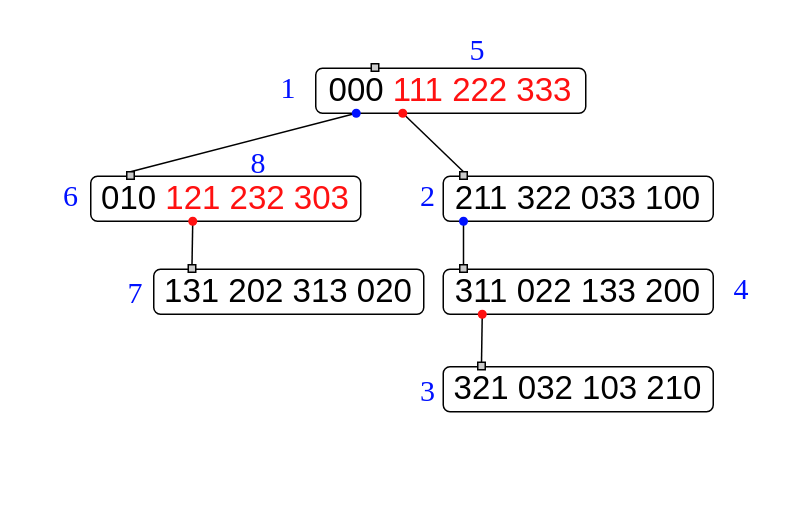
Earlier version of the draw.io diagram Trees/CCRtrees/4k/CCR1/4kCCR1.3.drawio (Al-ttaeeA/research). Source tidied: cells renumbered, new cells numbered last; positions are measured from the earlier drawing's top-left corner, leaving out a move shared by most shapes. Both pictures are drawn from the tidied source at 150%, with x=0, y=0 at pixel (26, 26).
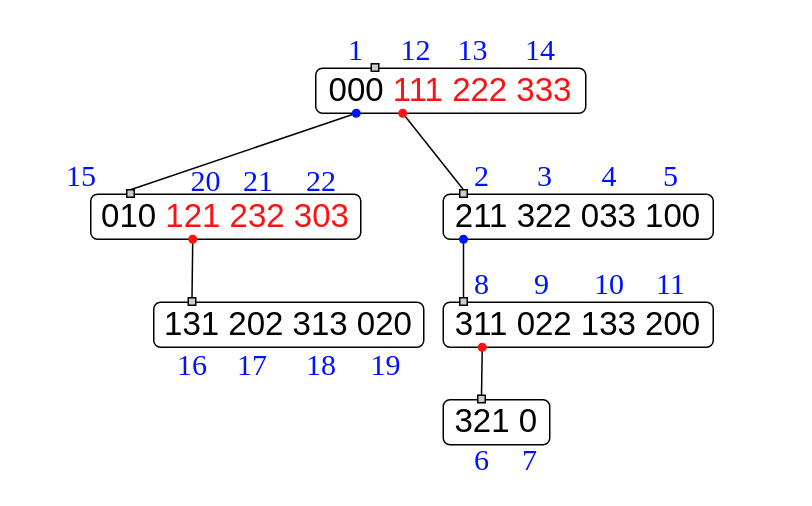
After the change.

Change to the diagram source:
```diff
@@
     <mxCell id="8" value="&lt;font style=&quot;font-size: 22px;&quot;&gt;010 &lt;font style=&quot;color: rgb(255, 17, 17);&quot;&gt;121 232 303&lt;/font&gt;&lt;/font&gt;" style="rounded=1;whiteSpace=wrap;html=1;" parent="1" vertex="1">
-      <mxGeometry x="43" y="100" width="180" height="30" as="geometry" />
+      <mxGeometry x="43" y="112" width="180" height="30" as="geometry" />
     </mxCell>
     <mxCell id="9" value="&lt;font style=&quot;font-size: 22px;&quot;&gt;211 322 033 100&lt;/font&gt;" style="rounded=1;whiteSpace=wrap;html=1;" parent="1" vertex="1">
-      <mxGeometry x="278" y="100" width="180" height="30" as="geometry" />
+      <mxGeometry x="278" y="112" width="180" height="30" as="geometry" />
     </mxCell>
     <mxCell id="10" value="&lt;font style=&quot;font-size: 22px;&quot;&gt;311 022 133 200&lt;/font&gt;" style="rounded=1;whiteSpace=wrap;html=1;" parent="1" vertex="1">
-      <mxGeometry x="278" y="162" width="180" height="30" as="geometry" />
+      <mxGeometry x="278" y="184" width="180" height="30" as="geometry" />
     </mxCell>
-    <mxCell id="11" value="&lt;font style=&quot;font-size: 22px;&quot;&gt;321 032 103 210&lt;/font&gt;" style="rounded=1;whiteSpace=wrap;html=1;" parent="1" vertex="1">
-      <mxGeometry x="278" y="227" width="180" height="30" as="geometry" />
+    <mxCell id="11" value="&lt;font style=&quot;font-size: 22px;&quot;&gt;321 0&lt;/font&gt;" style="rounded=1;whiteSpace=wrap;html=1;" parent="1" vertex="1">
+      <mxGeometry x="278" y="249" width="71" height="30" as="geometry" />
     </mxCell>
     <mxCell id="12" value="&lt;font style=&quot;font-size: 22px;&quot;&gt;131 202 313 020&lt;/font&gt;" style="rounded=1;whiteSpace=wrap;html=1;" parent="1" vertex="1">
-      <mxGeometry x="85" y="162" width="180" height="30" as="geometry" />
+      <mxGeometry x="85" y="184" width="180" height="30" as="geometry" />
     </mxCell>
@@
     <mxCell id="15" value="&lt;font style=&quot;color: rgb(0, 17, 255); font-size: 20px;&quot; face=&quot;Times New Roman&quot;&gt;1&lt;/font&gt;" style="text;html=1;whiteSpace=wrap;strokeColor=none;fillColor=none;align=center;verticalAlign=middle;rounded=0;" parent="1" vertex="1">
-      <mxGeometry x="145" y="25" width="60" height="30" as="geometry" />
+      <mxGeometry x="190" width="60" height="30" as="geometry" />
     </mxCell>
@@
     <mxCell id="17" style="rounded=0;whiteSpace=wrap;html=1;fillColor=#CCCCCC;" parent="1" vertex="1">
-      <mxGeometry x="67" y="97" width="5" height="5" as="geometry" />
+      <mxGeometry x="67" y="109" width="5" height="5" as="geometry" />
     </mxCell>
     <mxCell id="18" style="rounded=0;whiteSpace=wrap;html=1;fillColor=#CCCCCC;" parent="1" vertex="1">
-      <mxGeometry x="289" y="97" width="5" height="5" as="geometry" />
+      <mxGeometry x="289" y="109" width="5" height="5" as="geometry" />
     </mxCell>
     <mxCell id="19" style="shape=waypoint;sketch=0;fillStyle=solid;size=6;points=[];fillColor=none;perimeter=centerPerimeter;snapToPoint=1;strokeColor=#0011FF;" parent="1" vertex="1">
-      <mxGeometry x="281.5" y="120" width="20" height="20" as="geometry" />
+      <mxGeometry x="281.5" y="132" width="20" height="20" as="geometry" />
     </mxCell>
     <mxCell id="20" style="rounded=0;whiteSpace=wrap;html=1;fillColor=#CCCCCC;" parent="1" vertex="1">
-      <mxGeometry x="301" y="224" width="5" height="5" as="geometry" />
+      <mxGeometry x="301" y="246" width="5" height="5" as="geometry" />
     </mxCell>
     <mxCell id="21" style="rounded=0;whiteSpace=wrap;html=1;fillColor=#CCCCCC;" parent="1" vertex="1">
-      <mxGeometry x="289" y="159" width="5" height="5" as="geometry" />
+      <mxGeometry x="289" y="181" width="5" height="5" as="geometry" />
     </mxCell>
     <mxCell id="22" style="shape=waypoint;sketch=0;fillStyle=solid;size=6;points=[];fillColor=none;perimeter=centerPerimeter;snapToPoint=1;strokeColor=#FF1111;" parent="1" vertex="1">
-      <mxGeometry x="294" y="182" width="20" height="20" as="geometry" />
+      <mxGeometry x="294" y="204" width="20" height="20" as="geometry" />
     </mxCell>
     <mxCell id="23" style="rounded=0;whiteSpace=wrap;html=1;fillColor=#CCCCCC;" parent="1" vertex="1">
-      <mxGeometry x="108" y="159" width="5" height="5" as="geometry" />
+      <mxGeometry x="108" y="181" width="5" height="5" as="geometry" />
     </mxCell>
     <mxCell id="24" style="shape=waypoint;sketch=0;fillStyle=solid;size=6;points=[];fillColor=none;perimeter=centerPerimeter;snapToPoint=1;strokeColor=#FF1111;" parent="1" vertex="1">
-      <mxGeometry x="101" y="120" width="20" height="20" as="geometry" />
+      <mxGeometry x="101" y="132" width="20" height="20" as="geometry" />
     </mxCell>
     <mxCell id="25" value="&lt;font style=&quot;color: rgb(0, 17, 255); font-size: 20px;&quot; face=&quot;Times New Roman&quot;&gt;2&lt;/font&gt;" style="text;html=1;whiteSpace=wrap;strokeColor=none;fillColor=none;align=center;verticalAlign=middle;rounded=0;" parent="1" vertex="1">
-      <mxGeometry x="238" y="97" width="60" height="30" as="geometry" />
+      <mxGeometry x="274" y="84" width="60" height="30" as="geometry" />
     </mxCell>
     <mxCell id="26" value="&lt;font style=&quot;color: rgb(0, 17, 255); font-size: 20px;&quot; face=&quot;Times New Roman&quot;&gt;3&lt;/font&gt;" style="text;html=1;whiteSpace=wrap;strokeColor=none;fillColor=none;align=center;verticalAlign=middle;rounded=0;" parent="1" vertex="1">
-      <mxGeometry x="238" y="227" width="60" height="30" as="geometry" />
+      <mxGeometry x="316" y="84" width="60" height="30" as="geometry" />
     </mxCell>
     <mxCell id="27" value="&lt;font style=&quot;color: rgb(0, 17, 255); font-size: 20px;&quot; face=&quot;Times New Roman&quot;&gt;4&lt;/font&gt;" style="text;html=1;whiteSpace=wrap;strokeColor=none;fillColor=none;align=center;verticalAlign=middle;rounded=0;" parent="1" vertex="1">
-      <mxGeometry x="447" y="159" width="60" height="30" as="geometry" />
+      <mxGeometry x="359" y="84" width="60" height="30" as="geometry" />
     </mxCell>
     <mxCell id="28" value="&lt;font style=&quot;color: rgb(0, 17, 255); font-size: 20px;&quot; face=&quot;Times New Roman&quot;&gt;5&lt;/font&gt;" style="text;html=1;whiteSpace=wrap;strokeColor=none;fillColor=none;align=center;verticalAlign=middle;rounded=0;" parent="1" vertex="1">
-      <mxGeometry x="271" width="60" height="30" as="geometry" />
+      <mxGeometry x="400" y="84" width="60" height="30" as="geometry" />
     </mxCell>
     <mxCell id="29" value="&lt;font style=&quot;color: rgb(0, 17, 255); font-size: 20px;&quot; face=&quot;Times New Roman&quot;&gt;6&lt;/font&gt;" style="text;html=1;whiteSpace=wrap;strokeColor=none;fillColor=none;align=center;verticalAlign=middle;rounded=0;" parent="1" vertex="1">
-      <mxGeometry y="97" width="60" height="30" as="geometry" />
+      <mxGeometry x="273.5" y="273" width="60" height="30" as="geometry" />
     </mxCell>
     <mxCell id="30" value="&lt;font style=&quot;color: rgb(0, 17, 255); font-size: 20px;&quot; face=&quot;Times New Roman&quot;&gt;7&lt;/font&gt;" style="text;html=1;whiteSpace=wrap;strokeColor=none;fillColor=none;align=center;verticalAlign=middle;rounded=0;" parent="1" vertex="1">
-      <mxGeometry x="43" y="162" width="60" height="30" as="geometry" />
+      <mxGeometry x="306" y="273" width="60" height="30" as="geometry" />
     </mxCell>
     <mxCell id="31" value="&lt;font style=&quot;color: rgb(0, 17, 255); font-size: 20px;&quot; face=&quot;Times New Roman&quot;&gt;8&lt;/font&gt;" style="text;html=1;whiteSpace=wrap;strokeColor=none;fillColor=none;align=center;verticalAlign=middle;rounded=0;" parent="1" vertex="1">
-      <mxGeometry x="125" y="75" width="60" height="30" as="geometry" />
+      <mxGeometry x="274" y="156" width="60" height="30" as="geometry" />
     </mxCell>
+    <mxCell id="32" value="&lt;font style=&quot;color: rgb(0, 17, 255); font-size: 20px;&quot; face=&quot;Times New Roman&quot;&gt;9&lt;/font&gt;" style="text;html=1;whiteSpace=wrap;strokeColor=none;fillColor=none;align=center;verticalAlign=middle;rounded=0;" parent="1" vertex="1">
+      <mxGeometry x="314" y="156" width="60" height="30" as="geometry" />
+    </mxCell>
+    <mxCell id="33" value="&lt;font style=&quot;color: rgb(0, 17, 255); font-size: 20px;&quot; face=&quot;Times New Roman&quot;&gt;10&lt;/font&gt;" style="text;html=1;whiteSpace=wrap;strokeColor=none;fillColor=none;align=center;verticalAlign=middle;rounded=0;" parent="1" vertex="1">
+      <mxGeometry x="359" y="156" width="60" height="30" as="geometry" />
+    </mxCell>
+    <mxCell id="34" value="&lt;font style=&quot;color: rgb(0, 17, 255); font-size: 20px;&quot; face=&quot;Times New Roman&quot;&gt;11&lt;/font&gt;" style="text;html=1;whiteSpace=wrap;strokeColor=none;fillColor=none;align=center;verticalAlign=middle;rounded=0;" parent="1" vertex="1">
+      <mxGeometry x="400" y="156" width="60" height="30" as="geometry" />
+    </mxCell>
+    <mxCell id="35" value="&lt;font style=&quot;color: rgb(0, 17, 255); font-size: 20px;&quot; face=&quot;Times New Roman&quot;&gt;12&lt;/font&gt;" style="text;html=1;whiteSpace=wrap;strokeColor=none;fillColor=none;align=center;verticalAlign=middle;rounded=0;" parent="1" vertex="1">
+      <mxGeometry x="230" width="60" height="30" as="geometry" />
+    </mxCell>
+    <mxCell id="36" value="&lt;font style=&quot;color: rgb(0, 17, 255); font-size: 20px;&quot; face=&quot;Times New Roman&quot;&gt;13&lt;/font&gt;" style="text;html=1;whiteSpace=wrap;strokeColor=none;fillColor=none;align=center;verticalAlign=middle;rounded=0;" parent="1" vertex="1">
+      <mxGeometry x="268" width="60" height="30" as="geometry" />
+    </mxCell>
+    <mxCell id="37" value="&lt;font style=&quot;color: rgb(0, 17, 255); font-size: 20px;&quot; face=&quot;Times New Roman&quot;&gt;14&lt;/font&gt;" style="text;html=1;whiteSpace=wrap;strokeColor=none;fillColor=none;align=center;verticalAlign=middle;rounded=0;" parent="1" vertex="1">
+      <mxGeometry x="313" width="60" height="30" as="geometry" />
+    </mxCell>
+    <mxCell id="38" value="&lt;font style=&quot;color: rgb(0, 17, 255); font-size: 20px;&quot; face=&quot;Times New Roman&quot;&gt;15&lt;/font&gt;" style="text;html=1;whiteSpace=wrap;strokeColor=none;fillColor=none;align=center;verticalAlign=middle;rounded=0;" parent="1" vertex="1">
+      <mxGeometry x="7" y="84" width="60" height="30" as="geometry" />
+    </mxCell>
+    <mxCell id="39" value="&lt;font style=&quot;color: rgb(0, 17, 255); font-size: 20px;&quot; face=&quot;Times New Roman&quot;&gt;16&lt;/font&gt;" style="text;html=1;whiteSpace=wrap;strokeColor=none;fillColor=none;align=center;verticalAlign=middle;rounded=0;" parent="1" vertex="1">
+      <mxGeometry x="80.5" y="210" width="60" height="30" as="geometry" />
+    </mxCell>
+    <mxCell id="40" value="&lt;font style=&quot;color: rgb(0, 17, 255); font-size: 20px;&quot; face=&quot;Times New Roman&quot;&gt;17&lt;/font&gt;" style="text;html=1;whiteSpace=wrap;strokeColor=none;fillColor=none;align=center;verticalAlign=middle;rounded=0;" parent="1" vertex="1">
+      <mxGeometry x="121" y="210" width="60" height="30" as="geometry" />
+    </mxCell>
+    <mxCell id="41" value="&lt;font style=&quot;color: rgb(0, 17, 255); font-size: 20px;&quot; face=&quot;Times New Roman&quot;&gt;18&lt;/font&gt;" style="text;html=1;whiteSpace=wrap;strokeColor=none;fillColor=none;align=center;verticalAlign=middle;rounded=0;" parent="1" vertex="1">
+      <mxGeometry x="167" y="210" width="60" height="30" as="geometry" />
+    </mxCell>
+    <mxCell id="42" value="&lt;font style=&quot;color: rgb(0, 17, 255); font-size: 20px;&quot; face=&quot;Times New Roman&quot;&gt;19&lt;/font&gt;" style="text;html=1;whiteSpace=wrap;strokeColor=none;fillColor=none;align=center;verticalAlign=middle;rounded=0;" parent="1" vertex="1">
+      <mxGeometry x="210" y="210" width="60" height="30" as="geometry" />
+    </mxCell>
+    <mxCell id="43" value="&lt;font style=&quot;color: rgb(0, 17, 255); font-size: 20px;&quot; face=&quot;Times New Roman&quot;&gt;20&lt;/font&gt;" style="text;html=1;whiteSpace=wrap;strokeColor=none;fillColor=none;align=center;verticalAlign=middle;rounded=0;" parent="1" vertex="1">
+      <mxGeometry x="90" y="87" width="60" height="30" as="geometry" />
+    </mxCell>
+    <mxCell id="44" value="&lt;font style=&quot;color: rgb(0, 17, 255); font-size: 20px;&quot; face=&quot;Times New Roman&quot;&gt;21&lt;/font&gt;" style="text;html=1;whiteSpace=wrap;strokeColor=none;fillColor=none;align=center;verticalAlign=middle;rounded=0;" parent="1" vertex="1">
+      <mxGeometry x="125" y="87" width="60" height="30" as="geometry" />
+    </mxCell>
+    <mxCell id="45" value="&lt;font style=&quot;color: rgb(0, 17, 255); font-size: 20px;&quot; face=&quot;Times New Roman&quot;&gt;22&lt;/font&gt;" style="text;html=1;whiteSpace=wrap;strokeColor=none;fillColor=none;align=center;verticalAlign=middle;rounded=0;" parent="1" vertex="1">
+      <mxGeometry x="167" y="87" width="60" height="30" as="geometry" />
+    </mxCell>
```
